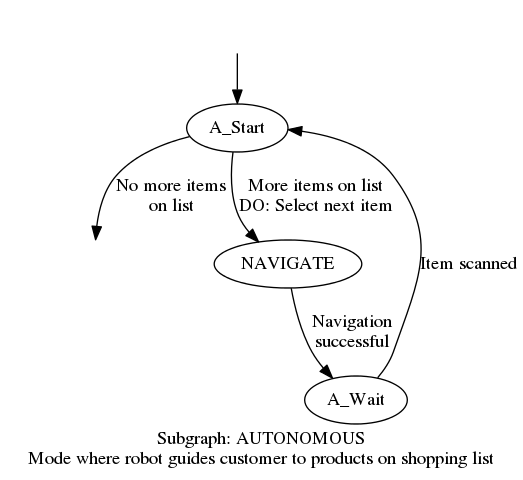
Earlier version of the Graphviz export fsms/autonomous.png (s9wischu/uow_Botinator). Its source is kept beside it as fsms/autonomous.dot.
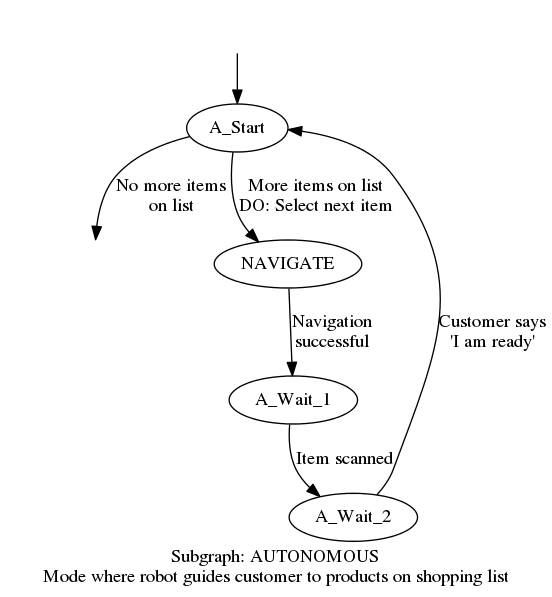
After the change.

The edit, as a diff of the source:
```diff
@@ -5,9 +5,10 @@
         A_invisible_end [ style=invis ]
         A_invisible_start -> A_Start
         A_NAVIGATE [label="NAVIGATE"]
-        A_Wait -> A_Start [ label="Item scanned" ]
         A_Start -> A_NAVIGATE [ label="More items on list\nDO: Select next item" ]
-        A_NAVIGATE -> A_Wait [ label = "Navigation\nsuccessful" ];
+        A_NAVIGATE -> A_Wait_1 [ label = "Navigation\nsuccessful" ];
+        A_Wait_1 -> A_Wait_2 [ label="Item scanned" ]
+        A_Wait_2 -> A_Start [ label="Customer says\n'I am ready'"]
         A_Start -> A_invisible_end [ label = "No more items\non list" ]
 
 
```
